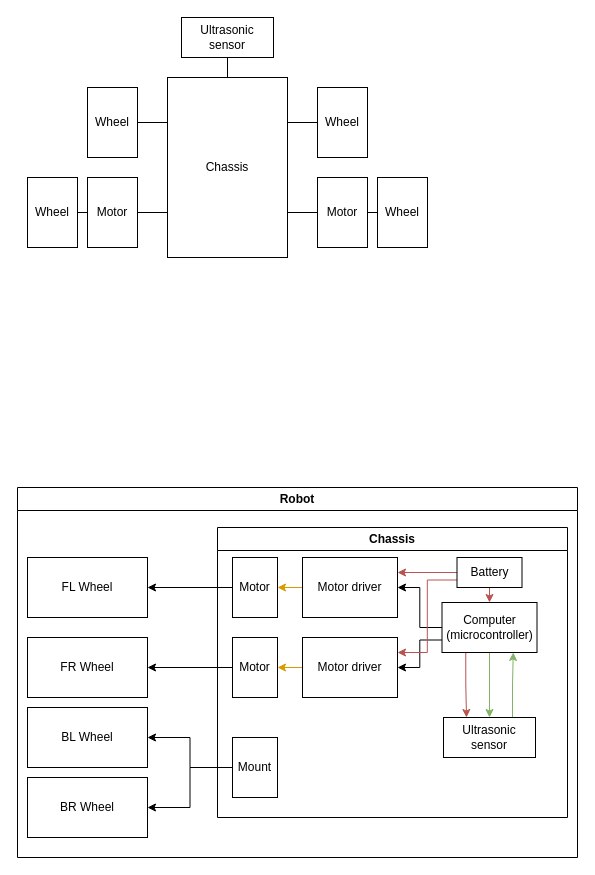
edic-nus/elec-mech-systems-docs keeps this draw.io diagram as page "basic_bot" (2 of 3) of robot_systems_ws.drawio. Above is the earlier version. Source tidied: cells renumbered, new cells numbered last; positions are measured from the earlier drawing's top-left corner, leaving out a move shared by most shapes. Both pictures are drawn from the tidied source at 100%, with x=0, y=0 at pixel (17, 17).
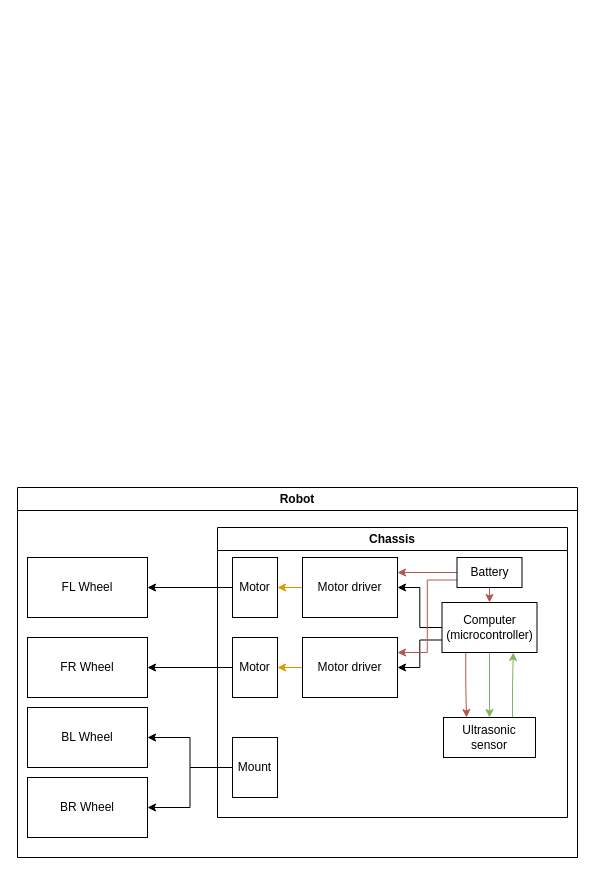
After the change.

Diff of the diagram source:
```diff
@@
-    <mxCell id="30" style="edgeStyle=orthogonalEdgeStyle;rounded=0;jettySize=auto;html=1;exitX=0.5;exitY=0;exitDx=0;exitDy=0;endArrow=none;endFill=0;" parent="1" edge="1" source="33" target="34">
-      <mxGeometry relative="1" as="geometry" />
-    </mxCell>
-    <mxCell id="31" style="edgeStyle=orthogonalEdgeStyle;rounded=0;jettySize=auto;html=1;exitX=1;exitY=0.25;exitDx=0;exitDy=0;entryX=0;entryY=0.5;entryDx=0;entryDy=0;endArrow=none;endFill=0;" parent="1" edge="1" source="33" target="39">
-      <mxGeometry relative="1" as="geometry" />
-    </mxCell>
-    <mxCell id="32" style="edgeStyle=orthogonalEdgeStyle;rounded=0;jettySize=auto;html=1;exitX=1;exitY=0.75;exitDx=0;exitDy=0;entryX=0;entryY=0.5;entryDx=0;entryDy=0;endArrow=none;endFill=0;" parent="1" edge="1" source="33" target="44">
-      <mxGeometry relative="1" as="geometry" />
-    </mxCell>
-    <mxCell id="33" value="Chassis" style="rounded=0;whiteSpace=wrap;html=1;" parent="1" vertex="1">
-      <mxGeometry x="150" y="60" width="120" height="180" as="geometry" />
-    </mxCell>
-    <mxCell id="34" value="Ultrasonic sensor" style="rounded=0;whiteSpace=wrap;html=1;" parent="1" vertex="1">
-      <mxGeometry x="164" width="92" height="40" as="geometry" />
-    </mxCell>
-    <mxCell id="35" style="edgeStyle=orthogonalEdgeStyle;rounded=0;jettySize=auto;html=1;exitX=1;exitY=0.5;exitDx=0;exitDy=0;entryX=0;entryY=0.25;entryDx=0;entryDy=0;endArrow=none;endFill=0;" parent="1" edge="1" source="36" target="33">
-      <mxGeometry relative="1" as="geometry" />
-    </mxCell>
-    <mxCell id="36" value="Wheel" style="rounded=0;whiteSpace=wrap;html=1;" parent="1" vertex="1">
-      <mxGeometry x="70" y="70" width="50" height="70" as="geometry" />
-    </mxCell>
-    <mxCell id="37" style="edgeStyle=orthogonalEdgeStyle;rounded=0;jettySize=auto;html=1;exitX=1;exitY=0.5;exitDx=0;exitDy=0;entryX=0;entryY=0.5;entryDx=0;entryDy=0;endArrow=none;endFill=0;" parent="1" edge="1" source="38" target="42">
-      <mxGeometry relative="1" as="geometry" />
-    </mxCell>
-    <mxCell id="38" value="Wheel" style="rounded=0;whiteSpace=wrap;html=1;" parent="1" vertex="1">
-      <mxGeometry x="10" y="160" width="50" height="70" as="geometry" />
-    </mxCell>
-    <mxCell id="39" value="Wheel" style="rounded=0;whiteSpace=wrap;html=1;" parent="1" vertex="1">
-      <mxGeometry x="300" y="70" width="50" height="70" as="geometry" />
-    </mxCell>
-    <mxCell id="40" value="Wheel" style="rounded=0;whiteSpace=wrap;html=1;" parent="1" vertex="1">
-      <mxGeometry x="360" y="160" width="50" height="70" as="geometry" />
-    </mxCell>
-    <mxCell id="41" style="edgeStyle=orthogonalEdgeStyle;rounded=0;jettySize=auto;html=1;exitX=1;exitY=0.5;exitDx=0;exitDy=0;entryX=0;entryY=0.75;entryDx=0;entryDy=0;endArrow=none;endFill=0;" parent="1" edge="1" source="42" target="33">
-      <mxGeometry relative="1" as="geometry" />
-    </mxCell>
-    <mxCell id="42" value="Motor" style="rounded=0;whiteSpace=wrap;html=1;" parent="1" vertex="1">
-      <mxGeometry x="70" y="160" width="50" height="70" as="geometry" />
-    </mxCell>
-    <mxCell id="43" style="edgeStyle=orthogonalEdgeStyle;rounded=0;jettySize=auto;html=1;exitX=1;exitY=0.5;exitDx=0;exitDy=0;entryX=0;entryY=0.5;entryDx=0;entryDy=0;endArrow=none;endFill=0;" parent="1" edge="1" source="44" target="40">
-      <mxGeometry relative="1" as="geometry" />
-    </mxCell>
-    <mxCell id="44" value="Motor" style="rounded=0;whiteSpace=wrap;html=1;" parent="1" vertex="1">
-      <mxGeometry x="300" y="160" width="50" height="70" as="geometry" />
-    </mxCell>
```
